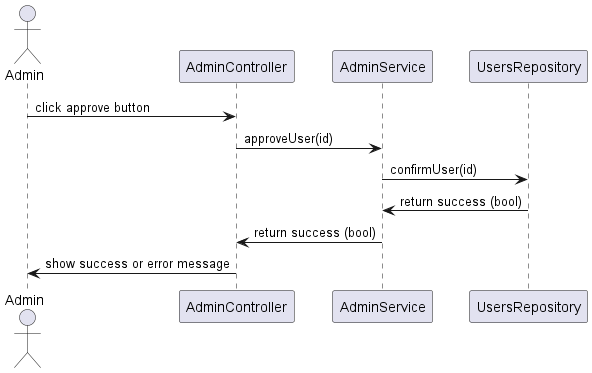
Waarrez/Blog-PHP-Projet-Openclassrooms keeps this PlantUML diagram as diagrammes/diagrammes de séquences/admin_approve_user.png. Above is the earlier version.
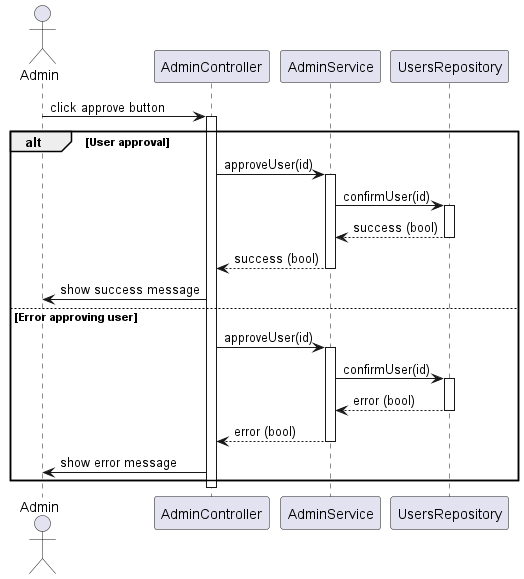
The same diagram one commit later.

Diff of the diagram source:
```diff
@@ -1,13 +1,43 @@
 @startuml
+
 actor Admin
 participant AdminController
 participant AdminService
 participant UsersRepository
 
 Admin -> AdminController : click approve button
-AdminController -> AdminService : approveUser(id)
-AdminService -> UsersRepository : confirmUser(id)
-UsersRepository -> AdminService : return success (bool)
-AdminService -> AdminController : return success (bool)
-AdminController -> Admin : show success or error message
+activate AdminController
+
+alt User approval
+    AdminController -> AdminService : approveUser(id)
+    activate AdminService
+
+    AdminService -> UsersRepository : confirmUser(id)
+    activate UsersRepository
+
+    UsersRepository --> AdminService : success (bool)
+    deactivate UsersRepository
+
+    AdminService --> AdminController : success (bool)
+    deactivate AdminService
+
+    AdminController -> Admin : show success message
+else Error approving user
+    AdminController -> AdminService : approveUser(id)
+    activate AdminService
+
+    AdminService -> UsersRepository : confirmUser(id)
+    activate UsersRepository
+
+    UsersRepository --> AdminService : error (bool)
+    deactivate UsersRepository
+
+    AdminService --> AdminController : error (bool)
+    deactivate AdminService
+
+    AdminController -> Admin : show error message
+end
+
+deactivate AdminController
+
 @enduml
```
